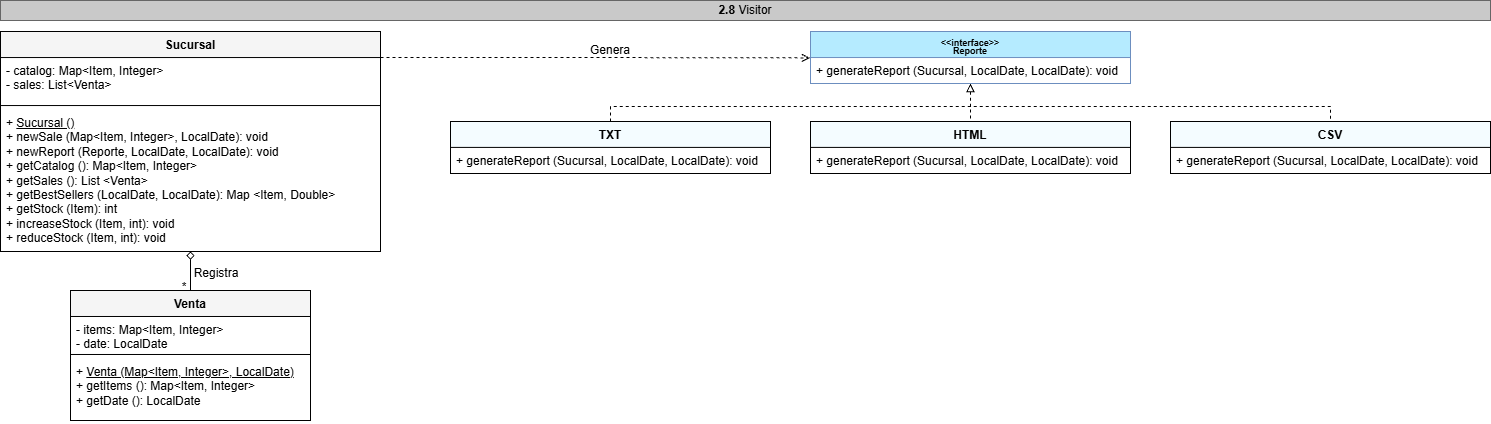
Before: src/Reportes/UML.png, a diagram exported from draw.io (saenzlucas/UNQShop). Source tidied: cells renumbered, new cells last; positions are measured from the earlier drawing's top-left corner, leaving out a move shared by most shapes.
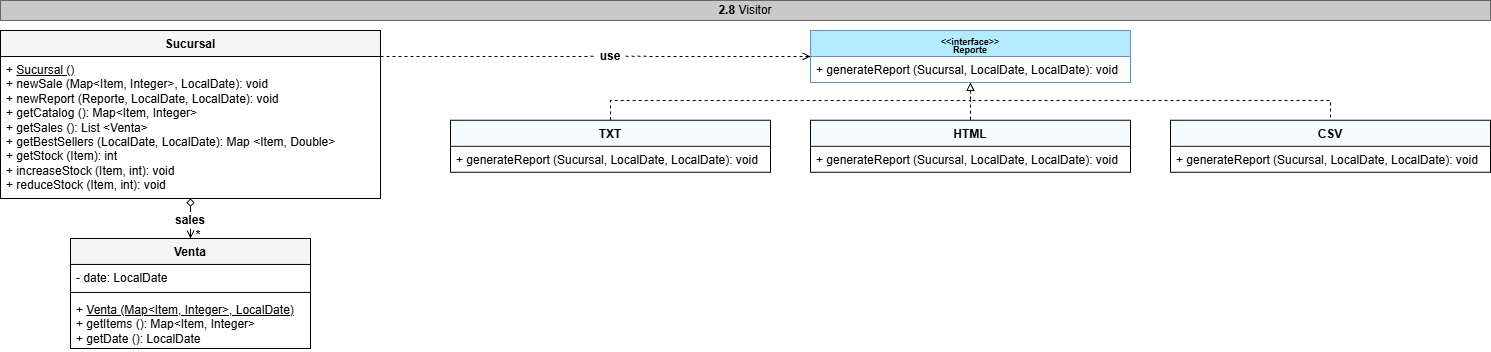
After the commit.

The edit, as a diff of the source:
```diff
@@ -3,27 +3,27 @@
     <mxCell id="0" />
     <mxCell id="1" parent="0" />
     <mxCell id="2" value="&lt;div&gt;&lt;span style=&quot;background-color: transparent; color: light-dark(rgb(0, 0, 0), rgb(255, 255, 255));&quot;&gt;&lt;b&gt;2.8&lt;/b&gt; Visitor&lt;/span&gt;&lt;/div&gt;" style="text;html=1;whiteSpace=wrap;strokeColor=#666666;fillColor=#C9C9C9;align=center;verticalAlign=middle;rounded=0;fontColor=#333333;" parent="1" vertex="1">
-      <mxGeometry width="1490" height="20" as="geometry" />
+      <mxGeometry y="1" width="1490" height="20" as="geometry" />
     </mxCell>
     <mxCell id="3" style="edgeStyle=orthogonalEdgeStyle;rounded=0;jettySize=auto;html=1;exitX=0.5;exitY=1;exitDx=0;exitDy=0;entryX=0.5;entryY=0;entryDx=0;entryDy=0;dashed=1;endArrow=none;endFill=0;startArrow=block;startFill=0;" parent="1" edge="1" source="4" target="11">
       <mxGeometry relative="1" as="geometry">
         <Array as="points">
-          <mxPoint x="970" y="106" />
-          <mxPoint x="1330" y="106" />
+          <mxPoint x="970" y="101" />
+          <mxPoint x="1330" y="101" />
         </Array>
       </mxGeometry>
     </mxCell>
     <mxCell id="4" value="&lt;div style=&quot;line-height: 70%;&quot;&gt;&lt;font style=&quot;font-size: 9px; line-height: 70%;&quot;&gt;&amp;lt;&amp;lt;interface&amp;gt;&amp;gt;&lt;/font&gt;&lt;div&gt;&lt;font style=&quot;font-size: 9px; line-height: 70%;&quot;&gt;Reporte&lt;/font&gt;&lt;/div&gt;&lt;/div&gt;" style="swimlane;fontStyle=1;align=center;verticalAlign=top;horizontal=1;startSize=26;whiteSpace=wrap;html=1;fillColor=#B5EBFF;strokeColor=#6c8ebf;" parent="1" vertex="1">
       <mxGeometry x="810" y="31" width="320" height="52" as="geometry" />
     </mxCell>
-    <mxCell id="5" value="+ generateReport&amp;nbsp;(Sucursal, LocalDate, LocalDate): void" style="text;strokeColor=none;fillColor=none;align=left;verticalAlign=top;spacingLeft=4;spacingRight=4;overflow=hidden;whiteSpace=wrap;html=1;" parent="4" vertex="1">
-      <mxGeometry y="26" width="320" height="26" as="geometry" />
-    </mxCell>
+    <mxCell id="26" value="+ generateReport&amp;nbsp;(Sucursal, LocalDate, LocalDate): void" style="text;strokeColor=none;fillColor=none;align=left;verticalAlign=top;spacingLeft=4;spacingRight=4;overflow=hidden;whiteSpace=wrap;html=1;" parent="4" vertex="1">
+      <mxGeometry y="26" width="320" height="26" as="geometry" />
+    </mxCell>
     <mxCell id="6" style="edgeStyle=orthogonalEdgeStyle;rounded=0;jettySize=auto;html=1;exitX=0.5;exitY=0;exitDx=0;exitDy=0;endArrow=none;endFill=0;dashed=1;entryX=0.5;entryY=0;entryDx=0;entryDy=0;" parent="1" edge="1" source="7" target="9">
       <mxGeometry relative="1" as="geometry">
         <Array as="points">
-          <mxPoint x="610" y="106" />
-          <mxPoint x="970" y="106" />
+          <mxPoint x="610" y="101" />
+          <mxPoint x="970" y="101" />
         </Array>
       </mxGeometry>
     </mxCell>
@@ -36,56 +36,59 @@
     <mxCell id="9" value="HTML" style="swimlane;fontStyle=1;align=center;verticalAlign=top;horizontal=1;startSize=26;whiteSpace=wrap;html=1;fillColor=#F4FCFF;" parent="1" vertex="1">
       <mxGeometry x="810" y="120.9" width="320" height="52" as="geometry" />
     </mxCell>
-    <mxCell id="10" value="+ generateReport&amp;nbsp;(Sucursal, LocalDate, LocalDate): void" style="text;strokeColor=none;fillColor=none;align=left;verticalAlign=top;spacingLeft=4;spacingRight=4;overflow=hidden;whiteSpace=wrap;html=1;" parent="9" vertex="1">
-      <mxGeometry y="26" width="320" height="26" as="geometry" />
-    </mxCell>
+    <mxCell id="27" value="+ generateReport&amp;nbsp;(Sucursal, LocalDate, LocalDate): void" style="text;strokeColor=none;fillColor=none;align=left;verticalAlign=top;spacingLeft=4;spacingRight=4;overflow=hidden;whiteSpace=wrap;html=1;" parent="9" vertex="1">
+      <mxGeometry y="26" width="320" height="26" as="geometry" />
+    </mxCell>
     <mxCell id="11" value="CSV" style="swimlane;fontStyle=1;align=center;verticalAlign=top;horizontal=1;startSize=26;whiteSpace=wrap;html=1;fillColor=#F4FCFF;" parent="1" vertex="1">
       <mxGeometry x="1170" y="120.9" width="320" height="52" as="geometry" />
     </mxCell>
-    <mxCell id="12" value="+ generateReport&amp;nbsp;(Sucursal, LocalDate, LocalDate): void" style="text;strokeColor=none;fillColor=none;align=left;verticalAlign=top;spacingLeft=4;spacingRight=4;overflow=hidden;whiteSpace=wrap;html=1;" parent="11" vertex="1">
-      <mxGeometry y="26" width="320" height="26" as="geometry" />
-    </mxCell>
-    <mxCell id="13" style="edgeStyle=orthogonalEdgeStyle;rounded=0;jettySize=auto;html=1;exitX=0.5;exitY=1;exitDx=0;exitDy=0;entryX=0.5;entryY=0;entryDx=0;entryDy=0;endArrow=none;endFill=0;startArrow=diamond;startFill=0;" parent="1" edge="1" source="14" target="18">
-      <mxGeometry relative="1" as="geometry" />
-    </mxCell>
+    <mxCell id="28" value="+ generateReport&amp;nbsp;(Sucursal, LocalDate, LocalDate): void" style="text;strokeColor=none;fillColor=none;align=left;verticalAlign=top;spacingLeft=4;spacingRight=4;overflow=hidden;whiteSpace=wrap;html=1;" parent="11" vertex="1">
+      <mxGeometry y="26" width="320" height="26" as="geometry" />
+    </mxCell>
+    <mxCell id="29" style="edgeStyle=orthogonalEdgeStyle;rounded=0;jettySize=auto;html=1;exitX=0.5;exitY=1;exitDx=0;exitDy=0;entryX=0.5;entryY=0;entryDx=0;entryDy=0;endArrow=none;endFill=0;startArrow=diamond;startFill=0;" parent="1" edge="1" source="14" target="33">
+      <mxGeometry relative="1" as="geometry" />
+    </mxCell>
     <mxCell id="14" value="Sucursal" style="swimlane;fontStyle=1;align=center;verticalAlign=top;horizontal=1;startSize=26;whiteSpace=wrap;html=1;fillColor=#F5F5F5;" parent="1" vertex="1">
-      <mxGeometry y="31" width="380" height="220" as="geometry" />
+      <mxGeometry y="31" width="380" height="168" as="geometry" />
     </mxCell>
-    <mxCell id="15" value="&lt;div&gt;- catalog: Map&amp;lt;Item, Integer&amp;gt;&lt;/div&gt;- sales: List&amp;lt;Venta&amp;gt;" style="text;strokeColor=none;fillColor=none;align=left;verticalAlign=top;spacingLeft=4;spacingRight=4;overflow=hidden;whiteSpace=wrap;html=1;" parent="14" vertex="1">
-      <mxGeometry y="26" width="380" height="44" as="geometry" />
-    </mxCell>
-    <mxCell id="16" style="line;strokeWidth=1;fillColor=none;align=left;verticalAlign=middle;spacingTop=-1;spacingLeft=3;spacingRight=3;labelPosition=right;strokeColor=inherit;" parent="14" vertex="1">
-      <mxGeometry y="70" width="380" height="8" as="geometry" />
-    </mxCell>
     <mxCell id="17" value="+ &lt;u&gt;Sucursal ()&lt;/u&gt;&lt;div&gt;+ newSale (Map&amp;lt;Item, Integer&amp;gt;, LocalDate): void&lt;u&gt;&lt;br&gt;&lt;/u&gt;&lt;div&gt;&lt;div&gt;+ newReport (Reporte, LocalDate, LocalDate): void&lt;u&gt;&lt;/u&gt;&lt;/div&gt;&lt;/div&gt;&lt;/div&gt;&lt;div&gt;+ getCatalog ():&amp;nbsp;&lt;span style=&quot;background-color: transparent; color: light-dark(rgb(0, 0, 0), rgb(255, 255, 255));&quot;&gt;Map&amp;lt;Item, Integer&amp;gt;&lt;/span&gt;&lt;/div&gt;&lt;div&gt;+ getSales (): List &amp;lt;Venta&amp;gt;&lt;/div&gt;&lt;div&gt;+ getBestSellers (LocalDate, LocalDate): Map &amp;lt;Item, Double&amp;gt;&amp;nbsp;&lt;/div&gt;&lt;div&gt;&lt;div&gt;+ getStock (Item): int&lt;/div&gt;&lt;div&gt;&lt;div&gt;+ increaseStock (Item, int): void&lt;/div&gt;&lt;div&gt;+ reduceStock (Item, int): void&lt;/div&gt;&lt;/div&gt;&lt;/div&gt;" style="text;strokeColor=none;fillColor=none;align=left;verticalAlign=top;spacingLeft=4;spacingRight=4;overflow=hidden;whiteSpace=wrap;html=1;" parent="14" vertex="1">
-      <mxGeometry y="78" width="380" height="142" as="geometry" />
+      <mxGeometry y="26" width="380" height="142" as="geometry" />
     </mxCell>
     <mxCell id="18" value="Venta" style="swimlane;fontStyle=1;align=center;verticalAlign=top;horizontal=1;startSize=26;whiteSpace=wrap;html=1;fillColor=#F5F5F5;" parent="1" vertex="1">
-      <mxGeometry x="70" y="290" width="240" height="130" as="geometry" />
+      <mxGeometry x="70" y="239" width="240" height="110" as="geometry" />
     </mxCell>
-    <mxCell id="19" value="- items: Map&amp;lt;Item, Integer&amp;gt;&lt;div&gt;- date: LocalDate&lt;/div&gt;" style="text;strokeColor=none;fillColor=none;align=left;verticalAlign=top;spacingLeft=4;spacingRight=4;overflow=hidden;whiteSpace=wrap;html=1;" parent="18" vertex="1">
-      <mxGeometry y="26" width="240" height="34" as="geometry" />
-    </mxCell>
-    <mxCell id="20" style="line;strokeWidth=1;fillColor=none;align=left;verticalAlign=middle;spacingTop=-1;spacingLeft=3;spacingRight=3;labelPosition=right;strokeColor=inherit;" parent="18" vertex="1">
-      <mxGeometry y="60" width="240" height="8" as="geometry" />
-    </mxCell>
+    <mxCell id="30" value="&lt;div&gt;- date: LocalDate&lt;/div&gt;" style="text;strokeColor=none;fillColor=none;align=left;verticalAlign=top;spacingLeft=4;spacingRight=4;overflow=hidden;whiteSpace=wrap;html=1;" parent="18" vertex="1">
+      <mxGeometry y="26" width="240" height="24" as="geometry" />
+    </mxCell>
+    <mxCell id="31" style="line;strokeWidth=1;fillColor=none;align=left;verticalAlign=middle;spacingTop=-1;spacingLeft=3;spacingRight=3;labelPosition=right;strokeColor=inherit;" parent="18" vertex="1">
+      <mxGeometry y="50" width="240" height="8" as="geometry" />
+    </mxCell>
     <mxCell id="21" value="+ &lt;u&gt;Venta (Map&amp;lt;Item, Integer&amp;gt;, LocalDate)&lt;/u&gt;&lt;div&gt;+ getItems (): Map&amp;lt;Item, Integer&amp;gt;&lt;/div&gt;&lt;div&gt;+ getDate (): LocalDate&lt;br&gt;&lt;div&gt;&lt;br&gt;&lt;/div&gt;&lt;/div&gt;" style="text;strokeColor=none;fillColor=none;align=left;verticalAlign=top;spacingLeft=4;spacingRight=4;overflow=hidden;whiteSpace=wrap;html=1;" parent="18" vertex="1">
-      <mxGeometry y="68" width="240" height="62" as="geometry" />
+      <mxGeometry y="58" width="240" height="52" as="geometry" />
     </mxCell>
-    <mxCell id="22" value="*" style="text;html=1;whiteSpace=wrap;strokeColor=none;fillColor=none;align=center;verticalAlign=middle;rounded=0;" parent="1" vertex="1">
-      <mxGeometry x="154" y="271.8" width="60" height="30" as="geometry" />
+    <mxCell id="22" value="*" style="text;html=1;whiteSpace=wrap;strokeColor=none;fillColor=none;align=center;verticalAlign=middle;rounded=0;fontStyle=1;" parent="1" vertex="1">
+      <mxGeometry x="168" y="221" width="60" height="30" as="geometry" />
     </mxCell>
-    <mxCell id="23" value="Registra" style="text;html=1;whiteSpace=wrap;strokeColor=none;fillColor=none;align=center;verticalAlign=middle;rounded=0;" parent="1" vertex="1">
-      <mxGeometry x="186" y="257.9" width="60" height="30" as="geometry" />
-    </mxCell>
-    <mxCell id="24" value="Genera" style="text;html=1;whiteSpace=wrap;strokeColor=none;fillColor=none;align=center;verticalAlign=middle;rounded=0;" parent="1" vertex="1">
-      <mxGeometry x="580" y="35" width="60" height="30" as="geometry" />
-    </mxCell>
-    <mxCell id="25" style="edgeStyle=orthogonalEdgeStyle;rounded=0;orthogonalLoop=1;jettySize=auto;html=1;exitX=1;exitY=0.5;exitDx=0;exitDy=0;entryX=-0.005;entryY=0.898;entryDx=0;entryDy=0;entryPerimeter=0;endArrow=open;endFill=0;startArrow=none;startFill=0;dashed=1;" parent="1" edge="1">
-      <mxGeometry relative="1" as="geometry">
-        <mxPoint x="380" y="57" as="sourcePoint" />
-        <mxPoint x="809.4" y="57.4" as="targetPoint" />
-      </mxGeometry>
-    </mxCell>
+    <mxCell id="32" style="edgeStyle=orthogonalEdgeStyle;rounded=0;jettySize=auto;html=1;exitX=0.5;exitY=1;exitDx=0;exitDy=0;entryX=0.5;entryY=0;entryDx=0;entryDy=0;endArrow=open;endFill=0;" parent="1" edge="1" source="33" target="18">
+      <mxGeometry relative="1" as="geometry" />
+    </mxCell>
+    <mxCell id="33" value="sales" style="text;html=1;whiteSpace=wrap;strokeColor=none;fillColor=none;align=center;verticalAlign=middle;rounded=0;fontStyle=1;" parent="1" vertex="1">
+      <mxGeometry x="160" y="212.5" width="60" height="16.9" as="geometry" />
+    </mxCell>
+    <mxCell id="34" style="edgeStyle=orthogonalEdgeStyle;rounded=0;jettySize=auto;html=1;exitX=1;exitY=0.5;exitDx=0;exitDy=0;entryX=0;entryY=0.5;entryDx=0;entryDy=0;endArrow=open;endFill=0;dashed=1;" parent="1" edge="1" source="35" target="4">
+      <mxGeometry relative="1" as="geometry" />
+    </mxCell>
+    <mxCell id="35" value="use" style="text;html=1;whiteSpace=wrap;strokeColor=none;fillColor=none;align=center;verticalAlign=middle;rounded=0;fontStyle=1;" parent="1" vertex="1">
+      <mxGeometry x="595" y="41.9" width="30" height="30" as="geometry" />
+    </mxCell>
+    <mxCell id="36" style="edgeStyle=orthogonalEdgeStyle;rounded=0;jettySize=auto;html=1;exitX=1;exitY=0.5;exitDx=0;exitDy=0;entryX=0;entryY=0.5;entryDx=0;entryDy=0;endArrow=none;endFill=0;startArrow=none;startFill=0;dashed=1;" parent="1" edge="1" target="35">
+      <mxGeometry relative="1" as="geometry">
+        <mxPoint x="380" y="57" as="sourcePoint" />
+        <Array as="points">
+          <mxPoint x="481" y="57" />
+          <mxPoint x="481" y="56" />
+        </Array>
+      </mxGeometry>
+    </mxCell>
   </root>
 </mxGraphModel>
```
